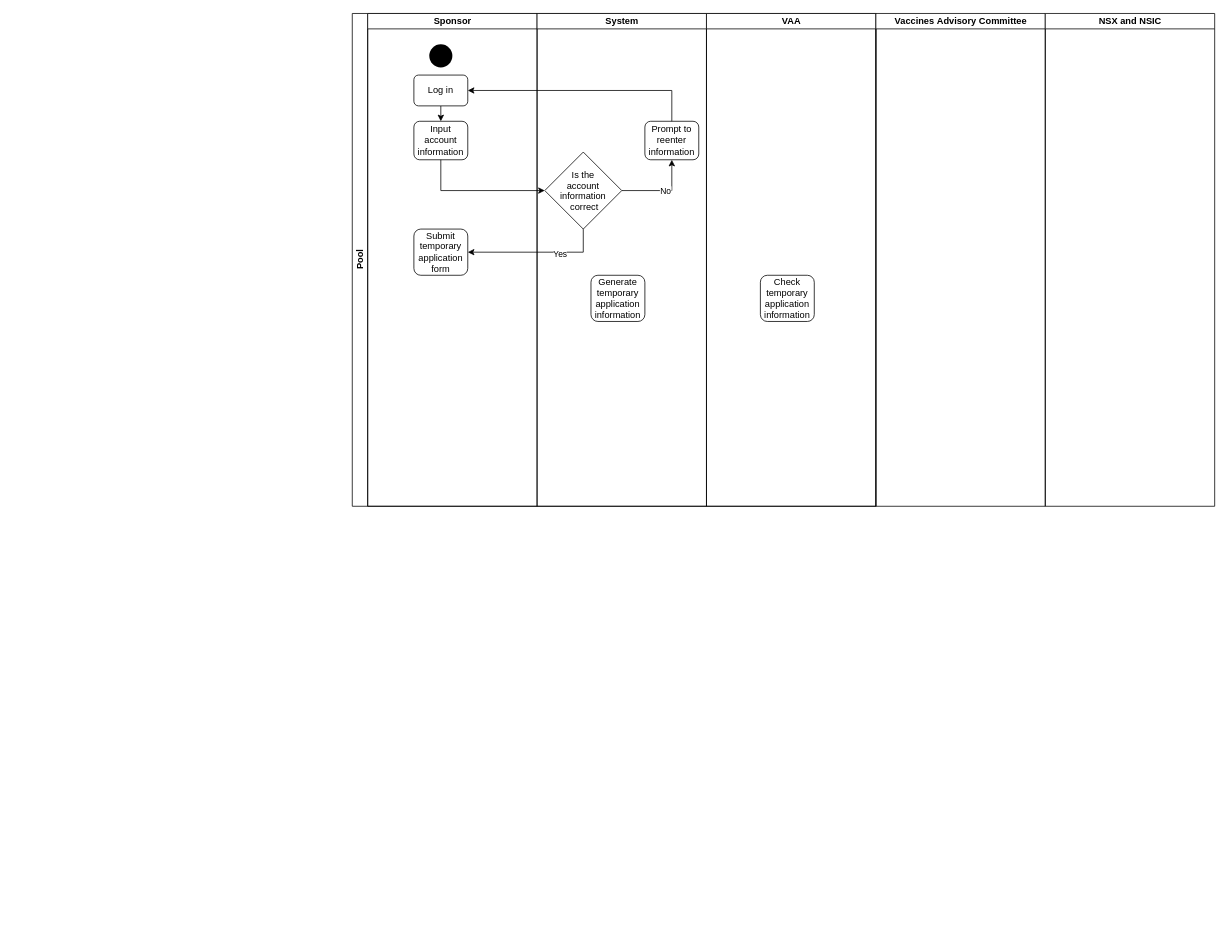
Above: activity.drawio in forthegame/ANU2024 (draw.io), before the change. Source tidied: cells renumbered, new cells numbered last; positions are measured from the earlier drawing's top-left corner, leaving out a move shared by most shapes. Both pictures are drawn from the tidied source at 77%, with x=0, y=0 at pixel (352, 13).
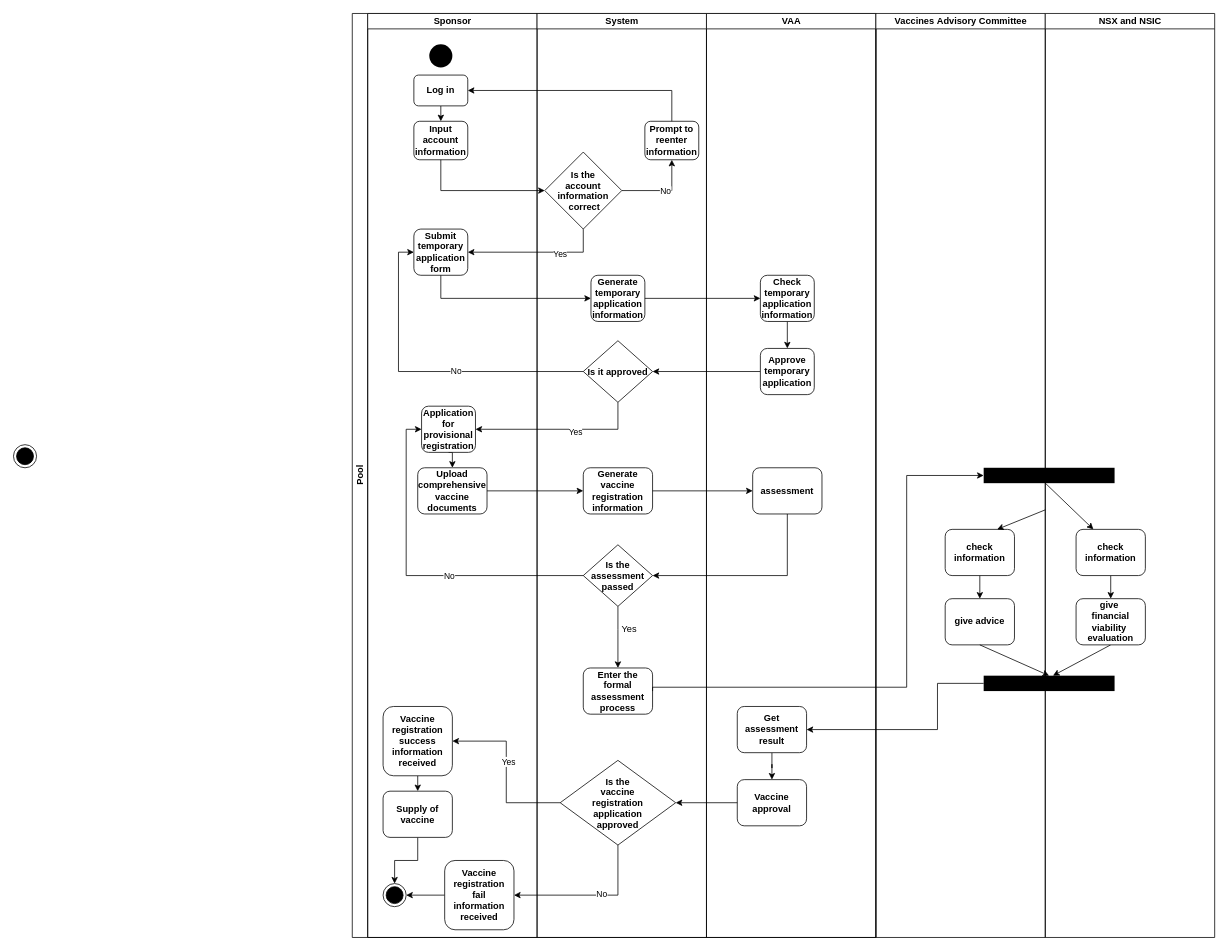
The same page after the edit.

The edit, as a diff of the source:
```diff
@@
     <mxCell id="2" value="Pool" style="swimlane;html=1;startSize=20;horizontal=0;" parent="1" vertex="1">
-      <mxGeometry width="680" height="640" as="geometry" />
+      <mxGeometry width="680" height="1200" as="geometry" />
     </mxCell>
     <mxCell id="3" value="Sponsor" style="swimlane;html=1;startSize=20;" parent="2" vertex="1">
-      <mxGeometry x="20" width="220" height="640" as="geometry" />
+      <mxGeometry x="20" width="220" height="1200" as="geometry" />
     </mxCell>
@@
-    <mxCell id="6" value="Log in" style="rounded=1;whiteSpace=wrap;html=1;" parent="3" vertex="1">
+    <mxCell id="6" value="&lt;b&gt;Log in&lt;/b&gt;" style="rounded=1;whiteSpace=wrap;html=1;" parent="3" vertex="1">
       <mxGeometry x="60" y="80" width="70" height="40" as="geometry" />
     </mxCell>
-    <mxCell id="7" value="Input account information" style="rounded=1;whiteSpace=wrap;html=1;" parent="3" vertex="1">
+    <mxCell id="7" value="Input account information" style="rounded=1;whiteSpace=wrap;html=1;fontStyle=1;" parent="3" vertex="1">
       <mxGeometry x="60" y="140" width="70" height="50" as="geometry" />
     </mxCell>
-    <mxCell id="8" value="Submit temporary application form" style="rounded=1;whiteSpace=wrap;html=1;" parent="3" vertex="1">
+    <mxCell id="8" value="Submit temporary application form" style="rounded=1;whiteSpace=wrap;html=1;fontStyle=1;" parent="3" vertex="1">
       <mxGeometry x="60" y="280" width="70" height="60" as="geometry" />
     </mxCell>
+    <mxCell id="23" style="edgeStyle=orthogonalEdgeStyle;rounded=0;jettySize=auto;html=1;exitX=0.5;exitY=1;exitDx=0;exitDy=0;entryX=0.5;entryY=0;entryDx=0;entryDy=0;" parent="3" edge="1" source="24" target="25">
+      <mxGeometry relative="1" as="geometry" />
+    </mxCell>
+    <mxCell id="24" value="Application for provisional registration" style="rounded=1;whiteSpace=wrap;html=1;fontStyle=1;" parent="3" vertex="1">
+      <mxGeometry x="70" y="510" width="70" height="60" as="geometry" />
+    </mxCell>
+    <mxCell id="25" value="Upload comprehensive vaccine documents" style="rounded=1;whiteSpace=wrap;html=1;fontStyle=1;" parent="3" vertex="1">
+      <mxGeometry x="65" y="590" width="90" height="60" as="geometry" />
+    </mxCell>
+    <mxCell id="26" style="edgeStyle=orthogonalEdgeStyle;rounded=0;jettySize=auto;html=1;exitX=0;exitY=0.5;exitDx=0;exitDy=0;entryX=1;entryY=0.5;entryDx=0;entryDy=0;endArrow=classic;endFill=1;" parent="3" edge="1" source="27" target="30">
+      <mxGeometry relative="1" as="geometry" />
+    </mxCell>
+    <mxCell id="27" value="Vaccine registration &lt;br&gt;fail &lt;br&gt;information received" style="rounded=1;whiteSpace=wrap;html=1;fontStyle=1;" parent="3" vertex="1">
+      <mxGeometry x="100" y="1100" width="90" height="90" as="geometry" />
+    </mxCell>
+    <mxCell id="28" style="edgeStyle=orthogonalEdgeStyle;rounded=0;jettySize=auto;html=1;exitX=0.5;exitY=1;exitDx=0;exitDy=0;entryX=0.5;entryY=0;entryDx=0;entryDy=0;endArrow=classic;endFill=1;" parent="3" edge="1" source="29" target="30">
+      <mxGeometry relative="1" as="geometry" />
+    </mxCell>
+    <mxCell id="29" value="Supply of vaccine" style="rounded=1;whiteSpace=wrap;html=1;fontStyle=1;" parent="3" vertex="1">
+      <mxGeometry x="20" y="1010" width="90" height="60" as="geometry" />
+    </mxCell>
+    <mxCell id="30" style="ellipse;html=1;shape=endState;fillColor=#000000;strokeColor=#000000;" parent="3" vertex="1">
+      <mxGeometry x="20" y="1130" width="30" height="30" as="geometry" />
+    </mxCell>
+    <mxCell id="31" style="edgeStyle=orthogonalEdgeStyle;rounded=0;jettySize=auto;html=1;exitX=0.5;exitY=1;exitDx=0;exitDy=0;entryX=0.5;entryY=0;entryDx=0;entryDy=0;endArrow=classic;endFill=1;" parent="3" edge="1" source="32" target="29">
+      <mxGeometry relative="1" as="geometry" />
+    </mxCell>
+    <mxCell id="32" value="Vaccine registration success information received" style="rounded=1;whiteSpace=wrap;html=1;fontStyle=1;" parent="3" vertex="1">
+      <mxGeometry x="20" y="900" width="90" height="90" as="geometry" />
+    </mxCell>
     <mxCell id="9" value="System" style="swimlane;html=1;startSize=20;" parent="2" vertex="1">
-      <mxGeometry x="240" width="220" height="640" as="geometry" />
+      <mxGeometry x="240" width="220" height="1200" as="geometry" />
     </mxCell>
@@
-    <mxCell id="12" value="Is the &#10;account &#10;information&#10; correct" style="rhombus;" parent="9" vertex="1">
+    <mxCell id="12" value="Is the &#10;account &#10;information&#10; correct" style="rhombus;fontStyle=1;" parent="9" vertex="1">
       <mxGeometry x="10" y="180" width="100" height="100" as="geometry" />
     </mxCell>
-    <mxCell id="13" value="Prompt to reenter information" style="rounded=1;whiteSpace=wrap;html=1;" parent="9" vertex="1">
+    <mxCell id="13" value="Prompt to reenter information" style="rounded=1;whiteSpace=wrap;html=1;fontStyle=1;" parent="9" vertex="1">
       <mxGeometry x="140" y="140" width="70" height="50" as="geometry" />
     </mxCell>
-    <mxCell id="14" value="Generate temporary application information" style="rounded=1;whiteSpace=wrap;html=1;" parent="9" vertex="1">
+    <mxCell id="14" value="Generate temporary application information" style="rounded=1;whiteSpace=wrap;html=1;fontStyle=1;" parent="9" vertex="1">
       <mxGeometry x="70" y="340" width="70" height="60" as="geometry" />
     </mxCell>
-    <mxCell id="15" value="VAA" style="swimlane;html=1;startSize=20;" parent="2" vertex="1">
-      <mxGeometry x="460" width="220" height="640" as="geometry" />
-    </mxCell>
-    <mxCell id="16" value="Check temporary application information" style="rounded=1;whiteSpace=wrap;html=1;" parent="15" vertex="1">
-      <mxGeometry x="70" y="340" width="70" height="60" as="geometry" />
-    </mxCell>
+    <mxCell id="33" value="Is it approved" style="rhombus;fontStyle=1;" parent="9" vertex="1">
+      <mxGeometry x="60" y="425" width="90" height="80" as="geometry" />
+    </mxCell>
+    <mxCell id="34" value="Generate vaccine registration information" style="rounded=1;whiteSpace=wrap;html=1;fontStyle=1;" parent="9" vertex="1">
+      <mxGeometry x="60" y="590" width="90" height="60" as="geometry" />
+    </mxCell>
+    <mxCell id="35" style="edgeStyle=orthogonalEdgeStyle;rounded=0;jettySize=auto;html=1;exitX=0.5;exitY=1;exitDx=0;exitDy=0;entryX=0.5;entryY=0;entryDx=0;entryDy=0;" parent="9" edge="1" source="36" target="37">
+      <mxGeometry relative="1" as="geometry">
+        <Array as="points">
+          <mxPoint x="105" y="800" />
+          <mxPoint x="105" y="800" />
+        </Array>
+      </mxGeometry>
+    </mxCell>
+    <mxCell id="36" value="Is the &#10;assessment &#10;passed" style="rhombus;fontStyle=1;" parent="9" vertex="1">
+      <mxGeometry x="60" y="690" width="90" height="80" as="geometry" />
+    </mxCell>
+    <mxCell id="37" value="Enter the formal assessment process" style="rounded=1;whiteSpace=wrap;html=1;fontStyle=1;" parent="9" vertex="1">
+      <mxGeometry x="60" y="850" width="90" height="60" as="geometry" />
+    </mxCell>
+    <mxCell id="38" value="Is the &#10;vaccine &#10;registration &#10;application &#10;approved" style="rhombus;fontStyle=1;" parent="9" vertex="1">
+      <mxGeometry x="30" y="970" width="150" height="110" as="geometry" />
+    </mxCell>
@@
+    <mxCell id="39" style="edgeStyle=orthogonalEdgeStyle;rounded=0;jettySize=auto;html=1;exitX=0.5;exitY=1;exitDx=0;exitDy=0;entryX=0;entryY=0.5;entryDx=0;entryDy=0;" parent="2" edge="1" source="8" target="14">
+      <mxGeometry relative="1" as="geometry" />
+    </mxCell>
+    <mxCell id="40" style="edgeStyle=orthogonalEdgeStyle;rounded=0;jettySize=auto;html=1;exitX=1;exitY=0.5;exitDx=0;exitDy=0;entryX=0;entryY=0.5;entryDx=0;entryDy=0;" parent="2" edge="1" source="14" target="16">
+      <mxGeometry relative="1" as="geometry" />
+    </mxCell>
+    <mxCell id="41" style="edgeStyle=orthogonalEdgeStyle;rounded=0;jettySize=auto;html=1;exitX=0;exitY=0.5;exitDx=0;exitDy=0;entryX=1;entryY=0.5;entryDx=0;entryDy=0;" parent="2" edge="1" source="47" target="33">
+      <mxGeometry relative="1" as="geometry" />
+    </mxCell>
+    <mxCell id="42" style="edgeStyle=orthogonalEdgeStyle;rounded=0;jettySize=auto;html=1;exitX=0;exitY=0.5;exitDx=0;exitDy=0;entryX=0;entryY=0.5;entryDx=0;entryDy=0;" parent="2" edge="1" source="33" target="8">
+      <mxGeometry relative="1" as="geometry" />
+    </mxCell>
+    <mxCell id="43" value="No" style="edgeLabel;html=1;align=center;verticalAlign=middle;" parent="42" vertex="1">
+      <mxGeometry x="-0.2" y="-1" relative="1" as="geometry" />
+    </mxCell>
+    <mxCell id="44" style="edgeStyle=orthogonalEdgeStyle;rounded=0;jettySize=auto;html=1;exitX=0.5;exitY=1;exitDx=0;exitDy=0;entryX=1;entryY=0.5;entryDx=0;entryDy=0;" parent="2" edge="1" source="33" target="24">
+      <mxGeometry relative="1" as="geometry" />
+    </mxCell>
+    <mxCell id="45" value="Yes" style="edgeLabel;html=1;align=center;verticalAlign=middle;" parent="44" vertex="1">
+      <mxGeometry x="-0.17" y="3" relative="1" as="geometry" />
+    </mxCell>
+    <mxCell id="15" value="VAA" style="swimlane;html=1;startSize=20;" parent="2" vertex="1">
+      <mxGeometry x="460" width="220" height="1200" as="geometry" />
+    </mxCell>
+    <mxCell id="46" style="edgeStyle=orthogonalEdgeStyle;rounded=0;jettySize=auto;html=1;exitX=0.5;exitY=1;exitDx=0;exitDy=0;entryX=0.5;entryY=0;entryDx=0;entryDy=0;" parent="15" edge="1" source="16" target="47">
+      <mxGeometry relative="1" as="geometry" />
+    </mxCell>
+    <mxCell id="16" value="Check temporary application information" style="rounded=1;whiteSpace=wrap;html=1;fontStyle=1;" parent="15" vertex="1">
+      <mxGeometry x="70" y="340" width="70" height="60" as="geometry" />
+    </mxCell>
+    <mxCell id="47" value="Approve temporary application" style="rounded=1;whiteSpace=wrap;html=1;fontStyle=1;" parent="15" vertex="1">
+      <mxGeometry x="70" y="435" width="70" height="60" as="geometry" />
+    </mxCell>
+    <mxCell id="48" value="assessment" style="rounded=1;whiteSpace=wrap;html=1;fontStyle=1;" parent="15" vertex="1">
+      <mxGeometry x="60" y="590" width="90" height="60" as="geometry" />
+    </mxCell>
+    <mxCell id="49" style="edgeStyle=orthogonalEdgeStyle;rounded=0;jettySize=auto;html=1;exitX=0.5;exitY=1;exitDx=0;exitDy=0;endArrow=classic;endFill=1;" parent="15" edge="1" source="50" target="51">
+      <mxGeometry relative="1" as="geometry" />
+    </mxCell>
+    <mxCell id="50" value="Get assessment result" style="rounded=1;whiteSpace=wrap;html=1;fontStyle=1;" parent="15" vertex="1">
+      <mxGeometry x="40" y="900" width="90" height="60" as="geometry" />
+    </mxCell>
+    <mxCell id="51" value="Vaccine approval" style="rounded=1;whiteSpace=wrap;html=1;fontStyle=1;" parent="15" vertex="1">
+      <mxGeometry x="40" y="995" width="90" height="60" as="geometry" />
+    </mxCell>
+    <mxCell id="52" style="edgeStyle=orthogonalEdgeStyle;rounded=0;jettySize=auto;html=1;exitX=1;exitY=0.5;exitDx=0;exitDy=0;entryX=0;entryY=0.5;entryDx=0;entryDy=0;" parent="2" edge="1" source="25" target="34">
+      <mxGeometry relative="1" as="geometry" />
+    </mxCell>
+    <mxCell id="53" style="edgeStyle=orthogonalEdgeStyle;rounded=0;jettySize=auto;html=1;exitX=1;exitY=0.5;exitDx=0;exitDy=0;entryX=0;entryY=0.5;entryDx=0;entryDy=0;" parent="2" edge="1" source="34" target="48">
+      <mxGeometry relative="1" as="geometry" />
+    </mxCell>
+    <mxCell id="54" style="edgeStyle=orthogonalEdgeStyle;rounded=0;jettySize=auto;html=1;exitX=0.5;exitY=1;exitDx=0;exitDy=0;entryX=1;entryY=0.5;entryDx=0;entryDy=0;" parent="2" edge="1" source="48" target="36">
+      <mxGeometry relative="1" as="geometry" />
+    </mxCell>
+    <mxCell id="55" style="edgeStyle=orthogonalEdgeStyle;rounded=0;jettySize=auto;html=1;exitX=0;exitY=0.5;exitDx=0;exitDy=0;entryX=0;entryY=0.5;entryDx=0;entryDy=0;" parent="2" edge="1" source="36" target="24">
+      <mxGeometry relative="1" as="geometry" />
+    </mxCell>
+    <mxCell id="56" value="No" style="edgeLabel;html=1;align=center;verticalAlign=middle;" parent="55" vertex="1">
+      <mxGeometry x="-0.2" y="4" relative="1" as="geometry">
+        <mxPoint x="1" y="-4" as="offset" />
+      </mxGeometry>
+    </mxCell>
+    <mxCell id="57" style="edgeStyle=orthogonalEdgeStyle;rounded=0;jettySize=auto;html=1;exitX=0;exitY=0.5;exitDx=0;exitDy=0;entryX=1;entryY=0.5;entryDx=0;entryDy=0;endArrow=classic;endFill=1;" parent="2" edge="1" source="51" target="38">
+      <mxGeometry relative="1" as="geometry" />
+    </mxCell>
+    <mxCell id="58" style="edgeStyle=orthogonalEdgeStyle;rounded=0;jettySize=auto;html=1;exitX=0.5;exitY=1;exitDx=0;exitDy=0;entryX=1;entryY=0.5;entryDx=0;entryDy=0;endArrow=classic;endFill=1;" parent="2" edge="1" source="38" target="27">
+      <mxGeometry relative="1" as="geometry" />
+    </mxCell>
+    <mxCell id="59" value="No" style="edgeLabel;html=1;align=center;verticalAlign=middle;" parent="58" vertex="1">
+      <mxGeometry x="-0.12" y="-2" relative="1" as="geometry">
+        <mxPoint x="1" as="offset" />
+      </mxGeometry>
+    </mxCell>
+    <mxCell id="60" style="edgeStyle=orthogonalEdgeStyle;rounded=0;jettySize=auto;html=1;exitX=0;exitY=0.5;exitDx=0;exitDy=0;entryX=1;entryY=0.5;entryDx=0;entryDy=0;endArrow=classic;endFill=1;" parent="2" edge="1" source="38" target="32">
+      <mxGeometry relative="1" as="geometry" />
+    </mxCell>
+    <mxCell id="61" value="Yes" style="edgeLabel;html=1;align=center;verticalAlign=middle;" parent="60" vertex="1">
+      <mxGeometry x="0.13" y="-2" relative="1" as="geometry" />
+    </mxCell>
     <mxCell id="21" value="Vaccines&amp;nbsp;Advisory&amp;nbsp;Committee" style="swimlane;html=1;startSize=20;" parent="1" vertex="1">
-      <mxGeometry x="680" width="220" height="640" as="geometry" />
+      <mxGeometry x="680" width="220" height="1200" as="geometry" />
     </mxCell>
+    <mxCell id="62" style="edgeStyle=none;rounded=0;jettySize=auto;html=1;exitX=0.5;exitY=1;exitDx=0;exitDy=0;entryX=0.5;entryY=0;entryDx=0;entryDy=0;endArrow=classic;endFill=1;" parent="21" edge="1" source="63" target="64">
+      <mxGeometry relative="1" as="geometry" />
+    </mxCell>
+    <mxCell id="63" value="check information" style="rounded=1;whiteSpace=wrap;html=1;fontStyle=1;" parent="21" vertex="1">
+      <mxGeometry x="90" y="670" width="90" height="60" as="geometry" />
+    </mxCell>
+    <mxCell id="64" value="give advice" style="rounded=1;whiteSpace=wrap;html=1;fontStyle=1;" parent="21" vertex="1">
+      <mxGeometry x="90" y="760" width="90" height="60" as="geometry" />
+    </mxCell>
+    <mxCell id="65" style="edgeStyle=none;rounded=0;jettySize=auto;html=1;entryX=0.75;entryY=0;entryDx=0;entryDy=0;endArrow=classic;endFill=1;" parent="1" edge="1" source="22" target="63">
+      <mxGeometry relative="1" as="geometry" />
+    </mxCell>
     <mxCell id="22" value="NSX and NSIC" style="swimlane;html=1;startSize=20;" parent="1" vertex="1">
-      <mxGeometry x="900" width="220" height="640" as="geometry" />
+      <mxGeometry x="900" width="220" height="1200" as="geometry" />
     </mxCell>
+    <mxCell id="66" style="fontStyle=0;labelPosition=right;verticalLabelPosition=middle;align=left;verticalAlign=middle;spacingLeft=2;html=1;points=[[0,0.5],[1,0.5]];fillColor=#000000;strokeColor=none;" parent="22" vertex="1">
+      <mxGeometry x="-80" y="590" width="170" height="20" as="geometry" />
+    </mxCell>
+    <mxCell id="67" style="edgeStyle=none;rounded=0;jettySize=auto;html=1;exitX=0.5;exitY=1;exitDx=0;exitDy=0;entryX=0.5;entryY=0;entryDx=0;entryDy=0;endArrow=classic;endFill=1;" parent="22" edge="1" source="68" target="71">
+      <mxGeometry relative="1" as="geometry" />
+    </mxCell>
+    <mxCell id="68" value="check information" style="rounded=1;whiteSpace=wrap;html=1;fontStyle=1;" parent="22" vertex="1">
+      <mxGeometry x="40" y="670" width="90" height="60" as="geometry" />
+    </mxCell>
+    <mxCell id="69" style="edgeStyle=none;rounded=0;jettySize=auto;html=1;entryX=0.25;entryY=0;entryDx=0;entryDy=0;endArrow=classic;endFill=1;exitX=0.471;exitY=1;exitDx=0;exitDy=0;exitPerimeter=0;" parent="22" edge="1" source="66" target="68">
+      <mxGeometry relative="1" as="geometry" />
+    </mxCell>
+    <mxCell id="70" style="edgeStyle=none;rounded=0;jettySize=auto;html=1;exitX=0.5;exitY=1;exitDx=0;exitDy=0;endArrow=classic;endFill=1;" parent="22" edge="1" source="71">
+      <mxGeometry relative="1" as="geometry">
+        <mxPoint x="10" y="860" as="targetPoint" />
+      </mxGeometry>
+    </mxCell>
+    <mxCell id="71" value="give&amp;nbsp;&lt;br&gt;financial viability&amp;nbsp;&lt;br&gt;evaluation" style="rounded=1;whiteSpace=wrap;html=1;fontStyle=1;" parent="22" vertex="1">
+      <mxGeometry x="40" y="760" width="90" height="60" as="geometry" />
+    </mxCell>
+    <mxCell id="72" style="fontStyle=0;labelPosition=right;verticalLabelPosition=middle;align=left;verticalAlign=middle;spacingLeft=2;html=1;points=[[0,0.5],[1,0.5]];fillColor=#000000;strokeColor=none;" parent="22" vertex="1">
+      <mxGeometry x="-80" y="860" width="170" height="20" as="geometry" />
+    </mxCell>
+    <mxCell id="73" value="Yes" style="text;html=1;strokeColor=none;fillColor=none;align=center;verticalAlign=middle;whiteSpace=wrap;rounded=0;" parent="1" vertex="1">
+      <mxGeometry x="340" y="790" width="40" height="20" as="geometry" />
+    </mxCell>
+    <mxCell id="74" style="edgeStyle=orthogonalEdgeStyle;rounded=0;jettySize=auto;html=1;exitX=1;exitY=0.5;exitDx=0;exitDy=0;entryX=0;entryY=0.5;entryDx=0;entryDy=0;" parent="1" edge="1" source="37" target="66">
+      <mxGeometry relative="1" as="geometry">
+        <Array as="points">
+          <mxPoint x="720" y="875" />
+          <mxPoint x="720" y="600" />
+        </Array>
+      </mxGeometry>
+    </mxCell>
+    <mxCell id="75" style="edgeStyle=none;rounded=0;jettySize=auto;html=1;exitX=0.5;exitY=1;exitDx=0;exitDy=0;entryX=0.5;entryY=0;entryDx=0;entryDy=0;entryPerimeter=0;endArrow=classic;endFill=1;" parent="1" edge="1" source="64" target="72">
+      <mxGeometry relative="1" as="geometry" />
+    </mxCell>
+    <mxCell id="76" style="edgeStyle=orthogonalEdgeStyle;rounded=0;jettySize=auto;html=1;exitX=0;exitY=0.5;exitDx=0;exitDy=0;entryX=1;entryY=0.5;entryDx=0;entryDy=0;endArrow=classic;endFill=1;" parent="1" edge="1" source="72" target="50">
+      <mxGeometry relative="1" as="geometry">
+        <Array as="points">
+          <mxPoint x="760" y="870" />
+          <mxPoint x="760" y="930" />
+        </Array>
+      </mxGeometry>
+    </mxCell>
+    <mxCell id="77" style="ellipse;html=1;shape=endState;fillColor=#000000;strokeColor=#000000;" parent="1" vertex="1">
+      <mxGeometry x="-440" y="560" width="30" height="30" as="geometry" />
+    </mxCell>
```
